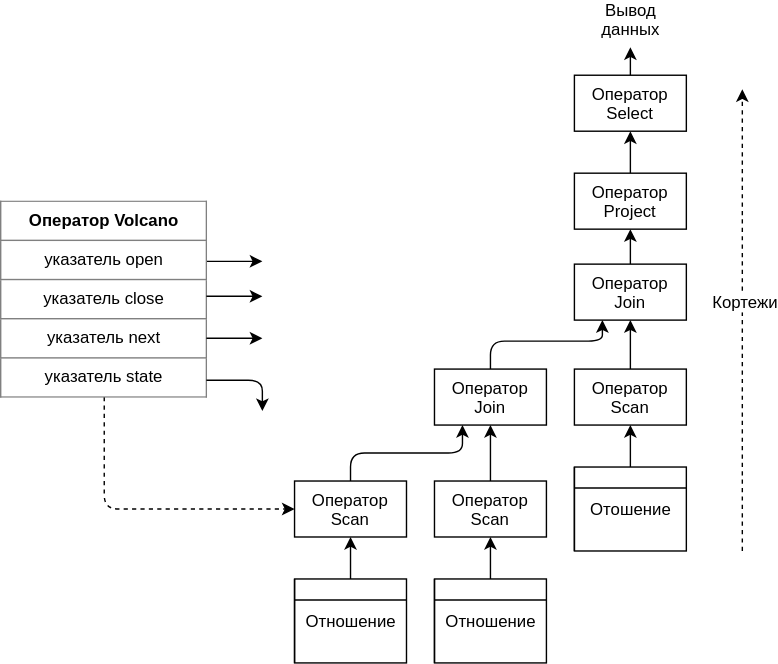
The draw.io diagram img/Volcano Model.svg in vkazanov/sql-interpreters-post, before a commit. Source tidied: cells renumbered, new cells last; positions are measured from the earlier drawing's top-left corner, leaving out a move shared by most shapes. The source it was exported from:
```xml
<mxGraphModel>
  <root>
    <mxCell id="0" />
    <mxCell id="1" parent="0" />
    <mxCell id="2" style="edgeStyle=orthogonalEdgeStyle;rounded=1;comic=0;orthogonalLoop=1;jettySize=auto;html=1;exitX=1;exitY=0.25;exitDx=0;exitDy=0;" parent="1" edge="1">
      <mxGeometry relative="1" as="geometry">
        <mxPoint x="147" y="183" as="sourcePoint" />
        <mxPoint x="187" y="183" as="targetPoint" />
      </mxGeometry>
    </mxCell>
    <mxCell id="3" style="edgeStyle=orthogonalEdgeStyle;rounded=1;comic=0;jettySize=auto;html=1;exitX=0.5;exitY=1;exitDx=0;exitDy=0;entryX=0;entryY=0.5;entryDx=0;entryDy=0;dashed=1;" parent="1" edge="1" source="4" target="9">
      <mxGeometry relative="1" as="geometry" />
    </mxCell>
    <mxCell id="4" value="&lt;table border=&quot;1&quot; width=&quot;100%&quot; cellpadding=&quot;4&quot; style=&quot;width: 100% ; height: 100% ; border-collapse: collapse&quot;&gt;&lt;tbody&gt;&lt;tr&gt;&lt;th align=&quot;center&quot;&gt;Оператор Volcano&lt;/th&gt;&lt;/tr&gt;&lt;tr&gt;&lt;td align=&quot;center&quot;&gt;указатель open&lt;/td&gt;&lt;/tr&gt;&lt;tr&gt;&lt;td align=&quot;center&quot;&gt;указатель close&lt;/td&gt;&lt;/tr&gt;&lt;tr&gt;&lt;td style=&quot;text-align: center&quot;&gt;указатель next&lt;/td&gt;&lt;/tr&gt;&lt;tr&gt;&lt;td style=&quot;text-align: center&quot;&gt;указатель state&lt;/td&gt;&lt;/tr&gt;&lt;/tbody&gt;&lt;/table&gt;" style="text;html=1;strokeColor=none;fillColor=none;overflow=fill;" parent="1" vertex="1">
      <mxGeometry y="140" width="147" height="140" as="geometry" />
    </mxCell>
    <mxCell id="5" style="edgeStyle=orthogonalEdgeStyle;rounded=1;comic=0;orthogonalLoop=1;jettySize=auto;html=1;exitX=1;exitY=0.25;exitDx=0;exitDy=0;" parent="1" edge="1">
      <mxGeometry relative="1" as="geometry">
        <mxPoint x="147" y="208" as="sourcePoint" />
        <mxPoint x="187" y="208" as="targetPoint" />
      </mxGeometry>
    </mxCell>
    <mxCell id="6" style="edgeStyle=orthogonalEdgeStyle;rounded=1;comic=0;orthogonalLoop=1;jettySize=auto;html=1;exitX=1;exitY=0.25;exitDx=0;exitDy=0;" parent="1" edge="1">
      <mxGeometry relative="1" as="geometry">
        <mxPoint x="147" y="238" as="sourcePoint" />
        <mxPoint x="187" y="238" as="targetPoint" />
      </mxGeometry>
    </mxCell>
    <mxCell id="7" style="edgeStyle=orthogonalEdgeStyle;rounded=1;comic=0;orthogonalLoop=1;jettySize=auto;html=1;exitX=1;exitY=0.25;exitDx=0;exitDy=0;" parent="1" edge="1">
      <mxGeometry relative="1" as="geometry">
        <mxPoint x="147" y="268" as="sourcePoint" />
        <mxPoint x="187" y="290" as="targetPoint" />
      </mxGeometry>
    </mxCell>
    <mxCell id="8" style="edgeStyle=orthogonalEdgeStyle;rounded=1;comic=0;jettySize=auto;html=1;exitX=0.5;exitY=0;exitDx=0;exitDy=0;entryX=0.25;entryY=1;entryDx=0;entryDy=0;" parent="1" edge="1" source="9" target="15">
      <mxGeometry relative="1" as="geometry">
        <Array as="points">
          <mxPoint x="250" y="320" />
          <mxPoint x="330" y="320" />
        </Array>
      </mxGeometry>
    </mxCell>
    <mxCell id="9" value="Оператор Scan" style="rounded=0;whiteSpace=wrap;html=1;" parent="1" vertex="1">
      <mxGeometry x="210" y="340" width="80" height="40" as="geometry" />
    </mxCell>
    <mxCell id="10" style="edgeStyle=orthogonalEdgeStyle;rounded=1;comic=0;jettySize=auto;html=1;exitX=0.5;exitY=0;exitDx=0;exitDy=0;entryX=0.5;entryY=1;entryDx=0;entryDy=0;" parent="1" edge="1" source="11" target="15">
      <mxGeometry relative="1" as="geometry" />
    </mxCell>
    <mxCell id="11" value="Оператор Scan" style="rounded=0;whiteSpace=wrap;html=1;" parent="1" vertex="1">
      <mxGeometry x="310" y="340" width="80" height="40" as="geometry" />
    </mxCell>
    <mxCell id="12" style="edgeStyle=orthogonalEdgeStyle;rounded=1;comic=0;jettySize=auto;html=1;exitX=0.5;exitY=0;exitDx=0;exitDy=0;entryX=0.5;entryY=1;entryDx=0;entryDy=0;" parent="1" edge="1" source="13" target="17">
      <mxGeometry relative="1" as="geometry" />
    </mxCell>
    <mxCell id="13" value="Оператор Scan" style="rounded=0;whiteSpace=wrap;html=1;" parent="1" vertex="1">
      <mxGeometry x="410" y="260" width="80" height="40" as="geometry" />
    </mxCell>
    <mxCell id="14" style="edgeStyle=orthogonalEdgeStyle;rounded=1;comic=0;jettySize=auto;html=1;exitX=0.5;exitY=0;exitDx=0;exitDy=0;entryX=0.25;entryY=1;entryDx=0;entryDy=0;" parent="1" edge="1" source="15" target="17">
      <mxGeometry relative="1" as="geometry">
        <Array as="points">
          <mxPoint x="350" y="240" />
          <mxPoint x="430" y="240" />
        </Array>
      </mxGeometry>
    </mxCell>
    <mxCell id="15" value="Оператор Join" style="rounded=0;whiteSpace=wrap;html=1;" parent="1" vertex="1">
      <mxGeometry x="310" y="260" width="80" height="40" as="geometry" />
    </mxCell>
    <mxCell id="16" style="edgeStyle=orthogonalEdgeStyle;rounded=1;comic=0;jettySize=auto;html=1;exitX=0.5;exitY=0;exitDx=0;exitDy=0;entryX=0.5;entryY=1;entryDx=0;entryDy=0;" parent="1" edge="1" source="17" target="19">
      <mxGeometry relative="1" as="geometry" />
    </mxCell>
    <mxCell id="17" value="Оператор Join" style="rounded=0;whiteSpace=wrap;html=1;" parent="1" vertex="1">
      <mxGeometry x="410" y="185" width="80" height="40" as="geometry" />
    </mxCell>
    <mxCell id="18" style="edgeStyle=orthogonalEdgeStyle;rounded=1;comic=0;jettySize=auto;html=1;exitX=0.5;exitY=0;exitDx=0;exitDy=0;entryX=0.5;entryY=1;entryDx=0;entryDy=0;" parent="1" edge="1" source="19" target="21">
      <mxGeometry relative="1" as="geometry" />
    </mxCell>
    <mxCell id="19" value="Оператор Project" style="rounded=0;whiteSpace=wrap;html=1;" parent="1" vertex="1">
      <mxGeometry x="410" y="120" width="80" height="40" as="geometry" />
    </mxCell>
    <mxCell id="20" style="edgeStyle=orthogonalEdgeStyle;rounded=1;comic=0;jettySize=auto;html=1;exitX=0.5;exitY=0;exitDx=0;exitDy=0;" parent="1" edge="1" source="21">
      <mxGeometry relative="1" as="geometry">
        <mxPoint x="450" y="30" as="targetPoint" />
      </mxGeometry>
    </mxCell>
    <mxCell id="21" value="Оператор Select" style="rounded=0;whiteSpace=wrap;html=1;" parent="1" vertex="1">
      <mxGeometry x="410" y="50" width="80" height="40" as="geometry" />
    </mxCell>
    <mxCell id="22" style="edgeStyle=orthogonalEdgeStyle;rounded=1;comic=0;jettySize=auto;html=1;exitX=0.5;exitY=0;exitDx=0;exitDy=0;entryX=0.5;entryY=1;entryDx=0;entryDy=0;" parent="1" edge="1" target="9">
      <mxGeometry relative="1" as="geometry">
        <mxPoint x="250" y="410" as="sourcePoint" />
      </mxGeometry>
    </mxCell>
    <mxCell id="23" style="edgeStyle=orthogonalEdgeStyle;rounded=1;comic=0;jettySize=auto;html=1;exitX=0.5;exitY=0;exitDx=0;exitDy=0;entryX=0.5;entryY=1;entryDx=0;entryDy=0;" parent="1" edge="1" target="11">
      <mxGeometry relative="1" as="geometry">
        <mxPoint x="350" y="410" as="sourcePoint" />
      </mxGeometry>
    </mxCell>
    <mxCell id="24" style="edgeStyle=orthogonalEdgeStyle;rounded=1;comic=0;jettySize=auto;html=1;exitX=0.5;exitY=0;exitDx=0;exitDy=0;entryX=0.5;entryY=1;entryDx=0;entryDy=0;" parent="1" edge="1" target="13">
      <mxGeometry relative="1" as="geometry">
        <mxPoint x="450" y="330" as="sourcePoint" />
      </mxGeometry>
    </mxCell>
    <mxCell id="25" value="Отношение" style="shape=internalStorage;whiteSpace=wrap;html=1;backgroundOutline=1;dx=0;dy=15;" parent="1" vertex="1">
      <mxGeometry x="210" y="410" width="80" height="60" as="geometry" />
    </mxCell>
    <mxCell id="26" value="Отношение" style="shape=internalStorage;whiteSpace=wrap;html=1;backgroundOutline=1;dx=0;dy=15;" parent="1" vertex="1">
      <mxGeometry x="310" y="410" width="80" height="60" as="geometry" />
    </mxCell>
    <mxCell id="27" value="Отошение" style="shape=internalStorage;whiteSpace=wrap;html=1;backgroundOutline=1;dx=0;dy=15;" parent="1" vertex="1">
      <mxGeometry x="410" y="330" width="80" height="60" as="geometry" />
    </mxCell>
    <mxCell id="28" style="endArrow=classic;html=1;dashed=1;" parent="1" edge="1">
      <mxGeometry relative="1" as="geometry">
        <mxPoint x="530" y="390" as="sourcePoint" />
        <mxPoint x="530" y="60" as="targetPoint" />
      </mxGeometry>
    </mxCell>
    <mxCell id="29" value="Кортежи" style="text;html=1;align=center;verticalAlign=middle;labelBackgroundColor=#ffffff;" parent="28" vertex="1">
      <mxGeometry x="0.09" y="-1" relative="1" as="geometry" />
    </mxCell>
    <mxCell id="30" value="Вывод данных" style="text;html=1;strokeColor=none;fillColor=none;align=center;verticalAlign=middle;whiteSpace=wrap;rounded=0;" parent="1" vertex="1">
      <mxGeometry x="430" width="40" height="20" as="geometry" />
    </mxCell>
  </root>
</mxGraphModel>
```
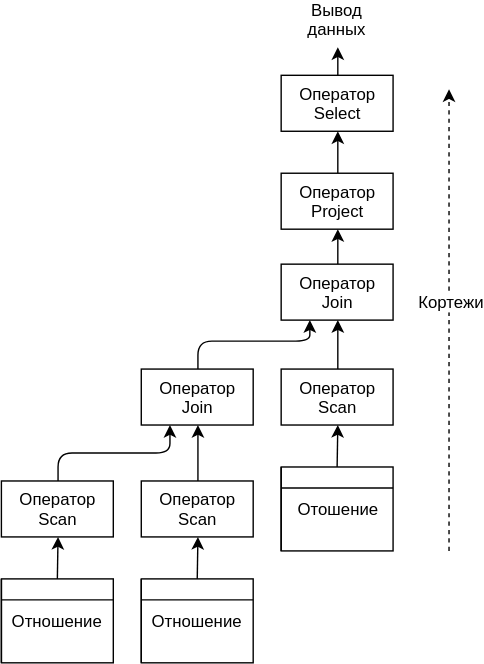
After the change.

The edit, as a diff of the source:
```diff
@@ -2,36 +2,6 @@
   <root>
     <mxCell id="0" />
     <mxCell id="1" parent="0" />
-    <mxCell id="2" style="edgeStyle=orthogonalEdgeStyle;rounded=1;comic=0;orthogonalLoop=1;jettySize=auto;html=1;exitX=1;exitY=0.25;exitDx=0;exitDy=0;" parent="1" edge="1">
-      <mxGeometry relative="1" as="geometry">
-        <mxPoint x="147" y="183" as="sourcePoint" />
-        <mxPoint x="187" y="183" as="targetPoint" />
-      </mxGeometry>
-    </mxCell>
-    <mxCell id="3" style="edgeStyle=orthogonalEdgeStyle;rounded=1;comic=0;jettySize=auto;html=1;exitX=0.5;exitY=1;exitDx=0;exitDy=0;entryX=0;entryY=0.5;entryDx=0;entryDy=0;dashed=1;" parent="1" edge="1" source="4" target="9">
-      <mxGeometry relative="1" as="geometry" />
-    </mxCell>
-    <mxCell id="4" value="&lt;table border=&quot;1&quot; width=&quot;100%&quot; cellpadding=&quot;4&quot; style=&quot;width: 100% ; height: 100% ; border-collapse: collapse&quot;&gt;&lt;tbody&gt;&lt;tr&gt;&lt;th align=&quot;center&quot;&gt;Оператор Volcano&lt;/th&gt;&lt;/tr&gt;&lt;tr&gt;&lt;td align=&quot;center&quot;&gt;указатель open&lt;/td&gt;&lt;/tr&gt;&lt;tr&gt;&lt;td align=&quot;center&quot;&gt;указатель close&lt;/td&gt;&lt;/tr&gt;&lt;tr&gt;&lt;td style=&quot;text-align: center&quot;&gt;указатель next&lt;/td&gt;&lt;/tr&gt;&lt;tr&gt;&lt;td style=&quot;text-align: center&quot;&gt;указатель state&lt;/td&gt;&lt;/tr&gt;&lt;/tbody&gt;&lt;/table&gt;" style="text;html=1;strokeColor=none;fillColor=none;overflow=fill;" parent="1" vertex="1">
-      <mxGeometry y="140" width="147" height="140" as="geometry" />
-    </mxCell>
-    <mxCell id="5" style="edgeStyle=orthogonalEdgeStyle;rounded=1;comic=0;orthogonalLoop=1;jettySize=auto;html=1;exitX=1;exitY=0.25;exitDx=0;exitDy=0;" parent="1" edge="1">
-      <mxGeometry relative="1" as="geometry">
-        <mxPoint x="147" y="208" as="sourcePoint" />
-        <mxPoint x="187" y="208" as="targetPoint" />
-      </mxGeometry>
-    </mxCell>
-    <mxCell id="6" style="edgeStyle=orthogonalEdgeStyle;rounded=1;comic=0;orthogonalLoop=1;jettySize=auto;html=1;exitX=1;exitY=0.25;exitDx=0;exitDy=0;" parent="1" edge="1">
-      <mxGeometry relative="1" as="geometry">
-        <mxPoint x="147" y="238" as="sourcePoint" />
-        <mxPoint x="187" y="238" as="targetPoint" />
-      </mxGeometry>
-    </mxCell>
-    <mxCell id="7" style="edgeStyle=orthogonalEdgeStyle;rounded=1;comic=0;orthogonalLoop=1;jettySize=auto;html=1;exitX=1;exitY=0.25;exitDx=0;exitDy=0;" parent="1" edge="1">
-      <mxGeometry relative="1" as="geometry">
-        <mxPoint x="147" y="268" as="sourcePoint" />
-        <mxPoint x="187" y="290" as="targetPoint" />
-      </mxGeometry>
-    </mxCell>
     <mxCell id="8" style="edgeStyle=orthogonalEdgeStyle;rounded=1;comic=0;jettySize=auto;html=1;exitX=0.5;exitY=0;exitDx=0;exitDy=0;entryX=0.25;entryY=1;entryDx=0;entryDy=0;" parent="1" edge="1" source="9" target="15">
       <mxGeometry relative="1" as="geometry">
         <Array as="points">
```
